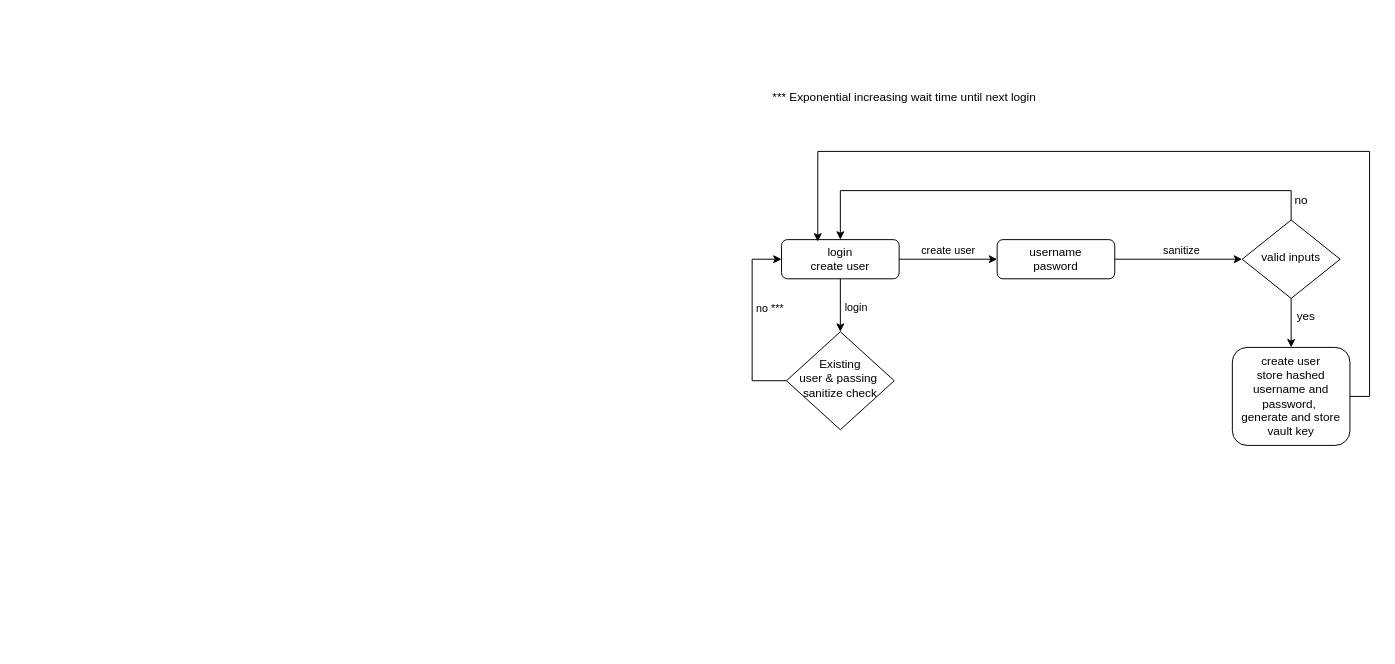
leaand01/simplePasswordManager keeps this draw.io diagram as Unavngivet diagram.drawio. Above is the earlier version. Source tidied: cells renumbered, new cells numbered last; positions are measured from the earlier drawing's top-left corner, leaving out a move shared by most shapes. Both pictures are drawn from the tidied source at 98%, with x=0, y=0 at pixel (745, 82).
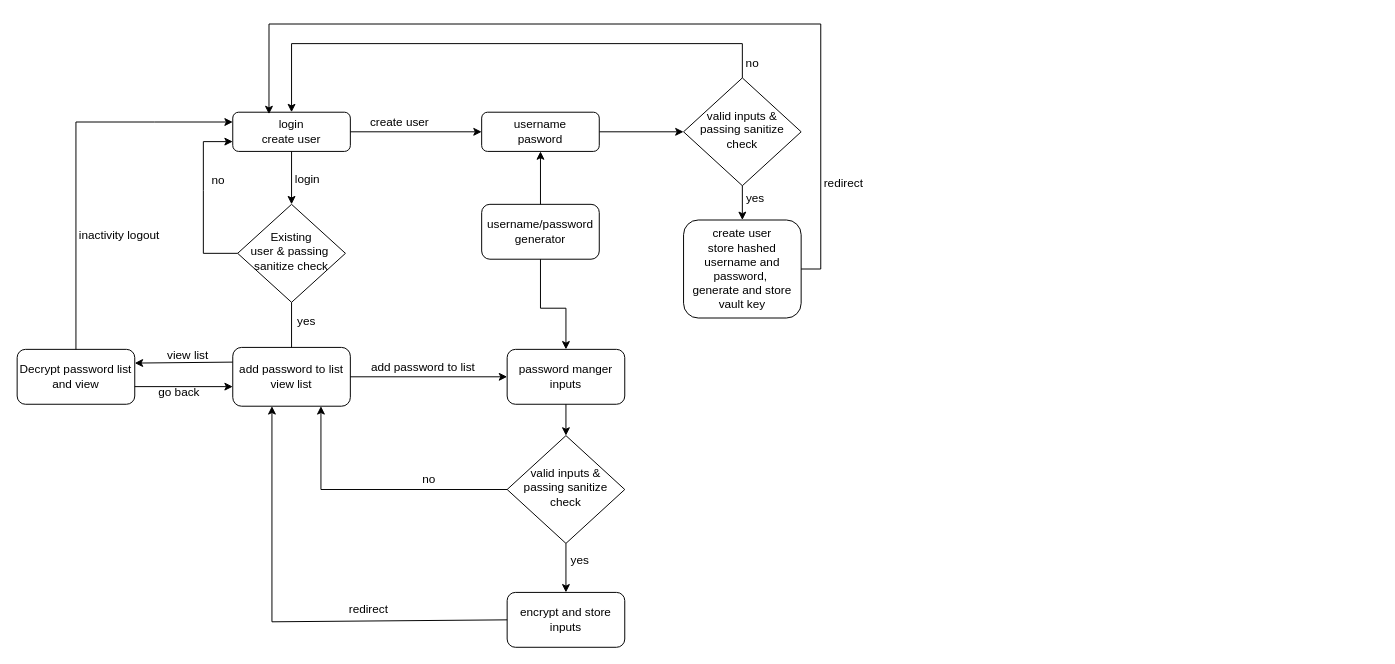
The same page after the edit.

The edit, as a diff of the source:
```diff
@@
     <mxCell id="2" value="login&lt;div&gt;create user&lt;/div&gt;" style="rounded=1;whiteSpace=wrap;html=1;fontSize=12;glass=0;strokeWidth=1;shadow=0;" parent="1" vertex="1">
-      <mxGeometry x="37" y="160" width="120" height="40" as="geometry" />
+      <mxGeometry x="-523" y="30" width="120" height="40" as="geometry" />
     </mxCell>
@@
     <mxCell id="4" value="username&lt;div&gt;pasword&lt;/div&gt;" style="rounded=1;whiteSpace=wrap;html=1;fontSize=12;glass=0;strokeWidth=1;shadow=0;" parent="1" vertex="1">
-      <mxGeometry x="257" y="160" width="120" height="40" as="geometry" />
+      <mxGeometry x="-269" y="30" width="120" height="40" as="geometry" />
     </mxCell>
     <mxCell id="5" value="Existing&lt;div&gt;user&amp;nbsp;&lt;span style=&quot;background-color: initial;&quot;&gt;&amp;amp; p&lt;/span&gt;&lt;span style=&quot;background-color: initial;&quot;&gt;assing&amp;nbsp;&lt;/span&gt;&lt;div&gt;&lt;span style=&quot;background-color: initial;&quot;&gt;sanitize&amp;nbsp;&lt;/span&gt;&lt;span style=&quot;background-color: initial;&quot;&gt;check&lt;/span&gt;&lt;/div&gt;&lt;/div&gt;" style="rhombus;whiteSpace=wrap;html=1;shadow=0;fontFamily=Helvetica;fontSize=12;align=center;strokeWidth=1;spacing=6;spacingTop=-4;" parent="1" vertex="1">
-      <mxGeometry x="42" y="254" width="110" height="100" as="geometry" />
+      <mxGeometry x="-518" y="124" width="110" height="100" as="geometry" />
     </mxCell>
     <mxCell id="6" style="edgeStyle=orthogonalEdgeStyle;rounded=0;jettySize=auto;html=1;exitX=0.5;exitY=0;exitDx=0;exitDy=0;entryX=0.5;entryY=0;entryDx=0;entryDy=0;" parent="1" edge="1" source="7" target="2">
       <mxGeometry relative="1" as="geometry">
         <Array as="points">
-          <mxPoint x="557" y="110" />
-          <mxPoint x="97" y="110" />
+          <mxPoint x="-3" y="-40" />
+          <mxPoint x="-463" y="-40" />
         </Array>
       </mxGeometry>
     </mxCell>
-    <mxCell id="7" value="valid i&lt;span style=&quot;background-color: initial;&quot;&gt;nputs&lt;/span&gt;" style="rhombus;whiteSpace=wrap;html=1;shadow=0;fontFamily=Helvetica;fontSize=12;align=center;strokeWidth=1;spacing=6;spacingTop=-4;" parent="1" vertex="1">
-      <mxGeometry x="507" y="140" width="100" height="80" as="geometry" />
+    <mxCell id="7" value="valid i&lt;span style=&quot;background-color: initial;&quot;&gt;nputs&amp;nbsp;&lt;/span&gt;&lt;span style=&quot;background-color: initial;&quot;&gt;&amp;amp; passing sanitize check&lt;/span&gt;" style="rhombus;whiteSpace=wrap;html=1;shadow=0;fontFamily=Helvetica;fontSize=12;align=center;strokeWidth=1;spacing=6;spacingTop=-4;" parent="1" vertex="1">
+      <mxGeometry x="-63" y="-5" width="120" height="110" as="geometry" />
     </mxCell>
-    <mxCell id="8" value="sanitize" style="edgeLabel;html=1;align=center;verticalAlign=middle;" parent="1" vertex="1">
-      <mxGeometry x="387" y="120" as="geometry">
-        <mxPoint x="57" y="50" as="offset" />
-      </mxGeometry>
-    </mxCell>
@@
     <mxCell id="10" value="create user&lt;div&gt;store hashed username and password,&amp;nbsp;&lt;/div&gt;&lt;div&gt;generate and store vault key&lt;/div&gt;" style="rounded=1;whiteSpace=wrap;html=1;fontSize=12;glass=0;strokeWidth=1;shadow=0;" parent="1" vertex="1">
-      <mxGeometry x="497" y="270" width="120" height="100" as="geometry" />
+      <mxGeometry x="-63" y="140" width="120" height="100" as="geometry" />
     </mxCell>
-    <mxCell id="11" value="login" style="edgeLabel;html=1;align=center;verticalAlign=middle;" parent="1" vertex="1">
-      <mxGeometry x="137" y="230" as="geometry">
+    <mxCell id="11" value="&lt;font style=&quot;font-size: 12px;&quot;&gt;login&lt;/font&gt;" style="edgeLabel;html=1;align=center;verticalAlign=middle;" parent="1" vertex="1">
+      <mxGeometry x="-423" y="100" as="geometry">
         <mxPoint x="-25" y="-2" as="offset" />
       </mxGeometry>
     </mxCell>
@@
-    <mxCell id="13" value="&lt;font style=&quot;font-size: 11px;&quot;&gt;create user&lt;/font&gt;" style="text;html=1;align=center;verticalAlign=middle;strokeColor=none;fillColor=none;" parent="1" vertex="1">
-      <mxGeometry x="167" y="156" width="80" height="30" as="geometry" />
+    <mxCell id="13" value="&lt;font style=&quot;font-size: 12px;&quot;&gt;create user&lt;/font&gt;" style="text;html=1;align=center;verticalAlign=middle;strokeColor=none;fillColor=none;" parent="1" vertex="1">
+      <mxGeometry x="-393" y="26" width="80" height="30" as="geometry" />
     </mxCell>
     <mxCell id="14" value="no" style="text;html=1;align=center;verticalAlign=middle;strokeColor=none;fillColor=none;" parent="1" vertex="1">
-      <mxGeometry x="547" y="105" width="40" height="30" as="geometry" />
+      <mxGeometry x="-13" y="-35" width="40" height="30" as="geometry" />
     </mxCell>
     <mxCell id="15" style="endArrow=classic;html=1;rounded=0;exitX=1;exitY=0.5;exitDx=0;exitDy=0;entryX=0.308;entryY=0.05;entryDx=0;entryDy=0;entryPerimeter=0;" parent="1" edge="1" source="10" target="2">
       <mxGeometry relative="1" as="geometry">
         <Array as="points">
-          <mxPoint x="637" y="320" />
-          <mxPoint x="637" y="70" />
-          <mxPoint x="74" y="70" />
+          <mxPoint x="77" y="190" />
+          <mxPoint x="77" y="-60" />
+          <mxPoint x="-486" y="-60" />
         </Array>
       </mxGeometry>
     </mxCell>
     <mxCell id="16" value="yes" style="text;html=1;align=center;verticalAlign=middle;strokeColor=none;fillColor=none;" parent="1" vertex="1">
-      <mxGeometry x="552" y="224" width="40" height="30" as="geometry" />
+      <mxGeometry x="-10" y="103" width="40" height="30" as="geometry" />
     </mxCell>
@@
-    <mxCell id="18" style="edgeStyle=none;jettySize=auto;html=1;rounded=0;entryX=0;entryY=0.5;entryDx=0;entryDy=0;exitX=0;exitY=0.5;exitDx=0;exitDy=0;" parent="1" edge="1" source="5" target="2">
+    <mxCell id="18" style="edgeStyle=none;jettySize=auto;html=1;rounded=0;entryX=0;entryY=0.75;entryDx=0;entryDy=0;exitX=0;exitY=0.5;exitDx=0;exitDy=0;" parent="1" edge="1" source="5" target="2">
       <mxGeometry relative="1" as="geometry">
         <Array as="points">
-          <mxPoint x="7" y="304" />
-          <mxPoint x="7" y="240" />
-          <mxPoint x="7" y="180" />
+          <mxPoint x="-553" y="174" />
+          <mxPoint x="-553" y="110" />
+          <mxPoint x="-553" y="60" />
         </Array>
       </mxGeometry>
     </mxCell>
-    <mxCell id="19" value="&lt;font style=&quot;font-size: 11px;&quot;&gt;no ***&lt;/font&gt;" style="text;html=1;align=center;verticalAlign=middle;strokeColor=none;fillColor=none;" parent="1" vertex="1">
-      <mxGeometry y="215" width="50" height="30" as="geometry" />
+    <mxCell id="19" value="&lt;font style=&quot;font-size: 12px;&quot;&gt;no&lt;/font&gt;" style="text;html=1;align=center;verticalAlign=middle;strokeColor=none;fillColor=none;" parent="1" vertex="1">
+      <mxGeometry x="-558" y="85" width="40" height="30" as="geometry" />
     </mxCell>
-    <mxCell id="20" value="*** Exponential increasing wait time until next login" style="text;html=1;align=center;verticalAlign=middle;strokeColor=none;fillColor=none;" parent="1" vertex="1">
-      <mxGeometry x="17" width="290" height="30" as="geometry" />
-    </mxCell>
+    <mxCell id="21" style="edgeStyle=none;jettySize=auto;html=1;rounded=0;exitX=0.5;exitY=1;exitDx=0;exitDy=0;" parent="1" edge="1" source="5">
+      <mxGeometry relative="1" as="geometry">
+        <mxPoint x="-463" y="280" as="targetPoint" />
+      </mxGeometry>
+    </mxCell>
+    <mxCell id="22" value="add password to list&lt;div&gt;view list&lt;/div&gt;" style="rounded=1;whiteSpace=wrap;html=1;fontSize=12;glass=0;strokeWidth=1;shadow=0;" parent="1" vertex="1">
+      <mxGeometry x="-523" y="270" width="120" height="60" as="geometry" />
+    </mxCell>
+    <mxCell id="23" value="&lt;font style=&quot;font-size: 12px;&quot;&gt;yes&lt;/font&gt;" style="text;html=1;align=center;verticalAlign=middle;strokeColor=none;fillColor=none;" parent="1" vertex="1">
+      <mxGeometry x="-468" y="229" width="40" height="30" as="geometry" />
+    </mxCell>
+    <mxCell id="24" style="edgeStyle=none;jettySize=auto;html=1;rounded=0;exitX=1;exitY=0.5;exitDx=0;exitDy=0;" parent="1" edge="1" source="22">
+      <mxGeometry relative="1" as="geometry">
+        <mxPoint x="-243" y="300" as="targetPoint" />
+      </mxGeometry>
+    </mxCell>
+    <mxCell id="25" value="add password to list" style="text;html=1;align=center;verticalAlign=middle;strokeColor=none;fillColor=none;" parent="1" vertex="1">
+      <mxGeometry x="-394" y="276" width="130" height="30" as="geometry" />
+    </mxCell>
+    <mxCell id="26" value="username/&lt;span style=&quot;background-color: initial;&quot;&gt;password generator&lt;/span&gt;" style="rounded=1;whiteSpace=wrap;html=1;fontSize=12;glass=0;strokeWidth=1;shadow=0;" parent="1" vertex="1">
+      <mxGeometry x="-269" y="124" width="120" height="56" as="geometry" />
+    </mxCell>
+    <mxCell id="27" style="edgeStyle=none;jettySize=auto;html=1;rounded=0;exitX=0.5;exitY=0;exitDx=0;exitDy=0;entryX=0.5;entryY=1;entryDx=0;entryDy=0;" parent="1" edge="1" source="26" target="4">
+      <mxGeometry relative="1" as="geometry" />
+    </mxCell>
+    <mxCell id="28" value="password manger inputs" style="rounded=1;whiteSpace=wrap;html=1;fontSize=12;glass=0;strokeWidth=1;shadow=0;" parent="1" vertex="1">
+      <mxGeometry x="-243" y="272" width="120" height="56" as="geometry" />
+    </mxCell>
+    <mxCell id="29" style="edgeStyle=none;jettySize=auto;html=1;rounded=0;exitX=0.5;exitY=1;exitDx=0;exitDy=0;entryX=0.5;entryY=0;entryDx=0;entryDy=0;" parent="1" edge="1" source="26" target="28">
+      <mxGeometry relative="1" as="geometry">
+        <Array as="points">
+          <mxPoint x="-209" y="230" />
+          <mxPoint x="-183" y="230" />
+        </Array>
+      </mxGeometry>
+    </mxCell>
+    <mxCell id="30" value="valid i&lt;span style=&quot;background-color: initial;&quot;&gt;nputs&amp;nbsp;&lt;/span&gt;&lt;span style=&quot;background-color: initial;&quot;&gt;&amp;amp; passing sanitize check&lt;/span&gt;" style="rhombus;whiteSpace=wrap;html=1;shadow=0;fontFamily=Helvetica;fontSize=12;align=center;strokeWidth=1;spacing=6;spacingTop=-4;" parent="1" vertex="1">
+      <mxGeometry x="-243" y="360" width="120" height="110" as="geometry" />
+    </mxCell>
+    <mxCell id="31" style="edgeStyle=none;jettySize=auto;html=1;rounded=0;exitX=0.5;exitY=1;exitDx=0;exitDy=0;entryX=0.5;entryY=0;entryDx=0;entryDy=0;" parent="1" edge="1" source="28" target="30">
+      <mxGeometry relative="1" as="geometry" />
+    </mxCell>
+    <mxCell id="32" value="yes" style="text;html=1;align=center;verticalAlign=middle;strokeColor=none;fillColor=none;" parent="1" vertex="1">
+      <mxGeometry x="-189" y="473" width="40" height="30" as="geometry" />
+    </mxCell>
+    <mxCell id="33" value="encrypt and store inputs" style="rounded=1;whiteSpace=wrap;html=1;fontSize=12;glass=0;strokeWidth=1;shadow=0;" parent="1" vertex="1">
+      <mxGeometry x="-243" y="520" width="120" height="56" as="geometry" />
+    </mxCell>
+    <mxCell id="34" style="edgeStyle=none;jettySize=auto;html=1;rounded=0;exitX=0.5;exitY=1;exitDx=0;exitDy=0;entryX=0.5;entryY=0;entryDx=0;entryDy=0;" parent="1" edge="1" source="30" target="33">
+      <mxGeometry relative="1" as="geometry" />
+    </mxCell>
+    <mxCell id="35" value="&lt;font style=&quot;font-size: 12px;&quot;&gt;no&lt;/font&gt;" style="text;html=1;align=center;verticalAlign=middle;strokeColor=none;fillColor=none;" parent="1" vertex="1">
+      <mxGeometry x="-343" y="390" width="40" height="30" as="geometry" />
+    </mxCell>
+    <mxCell id="36" style="edgeStyle=none;jettySize=auto;html=1;rounded=0;exitX=0;exitY=0.5;exitDx=0;exitDy=0;entryX=0.75;entryY=1;entryDx=0;entryDy=0;" parent="1" edge="1" source="30" target="22">
+      <mxGeometry relative="1" as="geometry">
+        <Array as="points">
+          <mxPoint x="-433" y="415" />
+        </Array>
+      </mxGeometry>
+    </mxCell>
+    <mxCell id="37" style="edgeStyle=none;jettySize=auto;html=1;rounded=0;exitX=0;exitY=0.5;exitDx=0;exitDy=0;" parent="1" edge="1" source="33">
+      <mxGeometry relative="1" as="geometry">
+        <mxPoint x="-483" y="330" as="targetPoint" />
+        <Array as="points">
+          <mxPoint x="-483" y="550" />
+        </Array>
+      </mxGeometry>
+    </mxCell>
+    <mxCell id="38" value="Decrypt password list and view" style="rounded=1;whiteSpace=wrap;html=1;fontSize=12;glass=0;strokeWidth=1;shadow=0;" parent="1" vertex="1">
+      <mxGeometry x="-743" y="272" width="120" height="56" as="geometry" />
+    </mxCell>
+    <mxCell id="39" style="edgeStyle=none;jettySize=auto;html=1;rounded=0;exitX=0;exitY=0.25;exitDx=0;exitDy=0;entryX=1;entryY=0.25;entryDx=0;entryDy=0;" parent="1" edge="1" source="22" target="38">
+      <mxGeometry relative="1" as="geometry" />
+    </mxCell>
+    <mxCell id="40" value="view list" style="text;html=1;align=center;verticalAlign=middle;strokeColor=none;fillColor=none;" parent="1" vertex="1">
+      <mxGeometry x="-604" y="263" width="70" height="30" as="geometry" />
+    </mxCell>
+    <mxCell id="41" style="edgeStyle=none;jettySize=auto;html=1;rounded=0;exitX=0.5;exitY=0;exitDx=0;exitDy=0;entryX=0;entryY=0.25;entryDx=0;entryDy=0;" parent="1" edge="1" source="38" target="2">
+      <mxGeometry relative="1" as="geometry">
+        <Array as="points">
+          <mxPoint x="-683" y="40" />
+          <mxPoint x="-603" y="40" />
+        </Array>
+      </mxGeometry>
+    </mxCell>
+    <mxCell id="42" value="inactivity logout" style="text;html=1;align=center;verticalAlign=middle;strokeColor=none;fillColor=none;" parent="1" vertex="1">
+      <mxGeometry x="-694" y="141" width="110" height="30" as="geometry" />
+    </mxCell>
+    <mxCell id="43" value="go back" style="text;html=1;align=center;verticalAlign=middle;strokeColor=none;fillColor=none;" parent="1" vertex="1">
+      <mxGeometry x="-613" y="301" width="70" height="30" as="geometry" />
+    </mxCell>
+    <mxCell id="44" style="edgeStyle=none;jettySize=auto;html=1;rounded=0;entryX=0;entryY=0.667;entryDx=0;entryDy=0;entryPerimeter=0;" parent="1" edge="1" target="22">
+      <mxGeometry relative="1" as="geometry">
+        <mxPoint x="-623" y="310" as="sourcePoint" />
+      </mxGeometry>
+    </mxCell>
+    <mxCell id="45" value="redirect&amp;nbsp;" style="text;html=1;align=center;verticalAlign=middle;strokeColor=none;fillColor=none;" parent="1" vertex="1">
+      <mxGeometry x="-418" y="523" width="70" height="30" as="geometry" />
+    </mxCell>
+    <mxCell id="46" value="redirect" style="text;html=1;align=center;verticalAlign=middle;strokeColor=none;fillColor=none;" parent="1" vertex="1">
+      <mxGeometry x="70" y="88" width="60" height="30" as="geometry" />
+    </mxCell>
```
